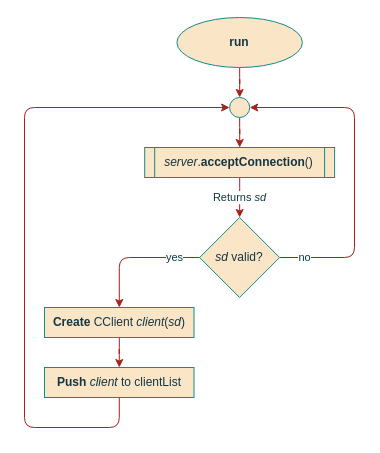
Before: page "remSys_run" (5 of 14) of documentation/flowcharts/RS/RS.drawio in ESRGgroup9/slipad, a draw.io diagram. Source tidied: cells renumbered, new cells numbered last; positions are measured from the earlier drawing's top-left corner, leaving out a move shared by most shapes. Both pictures are drawn from the tidied source at 100%, with x=0, y=0 at pixel (24, 17).
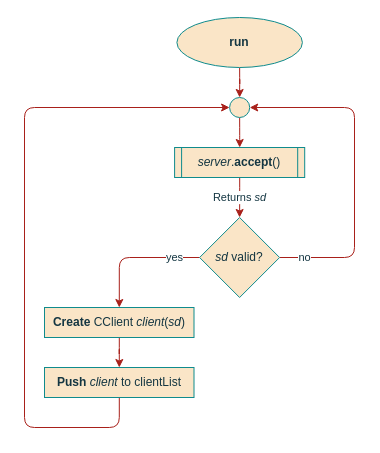
After the change.

The edit, as a diff of the source:
```diff
@@
 <mxGraphModel>
   <root>
     <mxCell id="0" />
     <mxCell id="1" parent="0" />
     <mxCell id="2" style="edgeStyle=orthogonalEdgeStyle;curved=0;rounded=1;sketch=0;jettySize=auto;html=1;fontColor=#143642;strokeColor=#A8201A;fillColor=#FAE5C7;" parent="1" edge="1" source="3" target="5">
       <mxGeometry relative="1" as="geometry" />
     </mxCell>
     <mxCell id="3" value="&lt;div&gt;run&lt;span style=&quot;font-weight: normal&quot;&gt;&lt;/span&gt;&lt;br&gt;&lt;/div&gt;" style="ellipse;whiteSpace=wrap;html=1;fillColor=#FAE5C7;strokeColor=#0F8B8D;fontColor=#143642;fontStyle=1;" parent="1" vertex="1">
       <mxGeometry x="152.4" width="125.5" height="50" as="geometry" />
     </mxCell>
     <mxCell id="4" style="edgeStyle=orthogonalEdgeStyle;curved=0;rounded=1;sketch=0;jettySize=auto;html=1;fontColor=#143642;strokeColor=#A8201A;fillColor=#FAE5C7;" parent="1" edge="1" source="5" target="7">
       <mxGeometry relative="1" as="geometry" />
     </mxCell>
     <mxCell id="5" style="ellipse;whiteSpace=wrap;html=1;rounded=0;sketch=0;fontColor=#143642;strokeColor=#0F8B8D;fillColor=#FAE5C7;" parent="1" vertex="1">
       <mxGeometry x="205.1" y="80" width="20.1" height="20" as="geometry" />
     </mxCell>
     <mxCell id="6" value="Returns &lt;i&gt;sd&lt;/i&gt;" style="edgeStyle=orthogonalEdgeStyle;curved=0;rounded=1;sketch=0;jettySize=auto;html=1;fontColor=#143642;strokeColor=#A8201A;fillColor=#FAE5C7;" parent="1" edge="1" source="7" target="10">
       <mxGeometry relative="1" as="geometry" />
     </mxCell>
-    <mxCell id="7" value="&lt;i&gt;server&lt;/i&gt;.&lt;b&gt;acceptConnection&lt;/b&gt;()" style="shape=process;whiteSpace=wrap;html=1;backgroundOutline=1;rounded=0;sketch=0;fontColor=#143642;strokeColor=#0F8B8D;fillColor=#FAE5C7;fontStyle=0;size=0.05492550589281804;" parent="1" vertex="1">
-      <mxGeometry x="120.2" y="130" width="189.9" height="30" as="geometry" />
+    <mxCell id="7" value="&lt;i&gt;server&lt;/i&gt;.&lt;b&gt;accept&lt;/b&gt;()" style="shape=process;whiteSpace=wrap;html=1;backgroundOutline=1;rounded=0;sketch=0;fontColor=#143642;strokeColor=#0F8B8D;fillColor=#FAE5C7;fontStyle=0;size=0.05492550589281804;" parent="1" vertex="1">
+      <mxGeometry x="150.1" y="130" width="130.1" height="30" as="geometry" />
     </mxCell>
     <mxCell id="8" value="yes" style="edgeStyle=orthogonalEdgeStyle;curved=0;rounded=1;sketch=0;jettySize=auto;html=1;fontColor=#143642;strokeColor=#A8201A;fillColor=#FAE5C7;" parent="1" edge="1" source="10" target="12">
       <mxGeometry x="-0.61" relative="1" as="geometry" />
     </mxCell>
     <mxCell id="9" value="no" style="edgeStyle=orthogonalEdgeStyle;curved=0;rounded=1;sketch=0;jettySize=auto;html=1;entryX=1;entryY=0.5;entryDx=0;entryDy=0;fontColor=#143642;strokeColor=#A8201A;fillColor=#FAE5C7;" parent="1" edge="1" source="10" target="5">
       <mxGeometry x="-0.85" relative="1" as="geometry">
         <Array as="points">
           <mxPoint x="330" y="240" />
           <mxPoint x="330" y="90" />
         </Array>
       </mxGeometry>
     </mxCell>
     <mxCell id="10" value="&lt;i&gt;sd&lt;/i&gt; valid?" style="rhombus;whiteSpace=wrap;html=1;rounded=0;sketch=0;fontColor=#143642;strokeColor=#0F8B8D;fillColor=#FAE5C7;" parent="1" vertex="1">
       <mxGeometry x="175.1" y="200" width="80" height="80" as="geometry" />
     </mxCell>
     <mxCell id="11" style="edgeStyle=orthogonalEdgeStyle;curved=0;rounded=1;sketch=0;jettySize=auto;html=1;fontColor=#143642;strokeColor=#A8201A;fillColor=#FAE5C7;" parent="1" edge="1" source="12" target="14">
       <mxGeometry relative="1" as="geometry" />
     </mxCell>
     <mxCell id="12" value="&lt;b&gt;Create&lt;/b&gt; CClient &lt;i&gt;client&lt;/i&gt;(&lt;i&gt;sd&lt;/i&gt;)" style="rounded=0;whiteSpace=wrap;html=1;sketch=0;fontColor=#143642;strokeColor=#0F8B8D;fillColor=#FAE5C7;" parent="1" vertex="1">
       <mxGeometry x="20" y="290" width="149.5" height="30" as="geometry" />
     </mxCell>
     <mxCell id="13" style="edgeStyle=orthogonalEdgeStyle;curved=0;rounded=1;sketch=0;jettySize=auto;html=1;entryX=0;entryY=0.5;entryDx=0;entryDy=0;fontColor=#143642;strokeColor=#A8201A;fillColor=#FAE5C7;" parent="1" edge="1" source="14" target="5">
       <mxGeometry relative="1" as="geometry">
         <Array as="points">
           <mxPoint x="95" y="410" />
           <mxPoint y="410" />
           <mxPoint y="90" />
         </Array>
       </mxGeometry>
     </mxCell>
     <mxCell id="14" value="&lt;b&gt;Push &lt;/b&gt;&lt;i&gt;client &lt;/i&gt;to clientList" style="rounded=0;whiteSpace=wrap;html=1;sketch=0;fontColor=#143642;strokeColor=#0F8B8D;fillColor=#FAE5C7;" parent="1" vertex="1">
       <mxGeometry x="20" y="350" width="149.5" height="30" as="geometry" />
     </mxCell>
   </root>
 </mxGraphModel>
```
